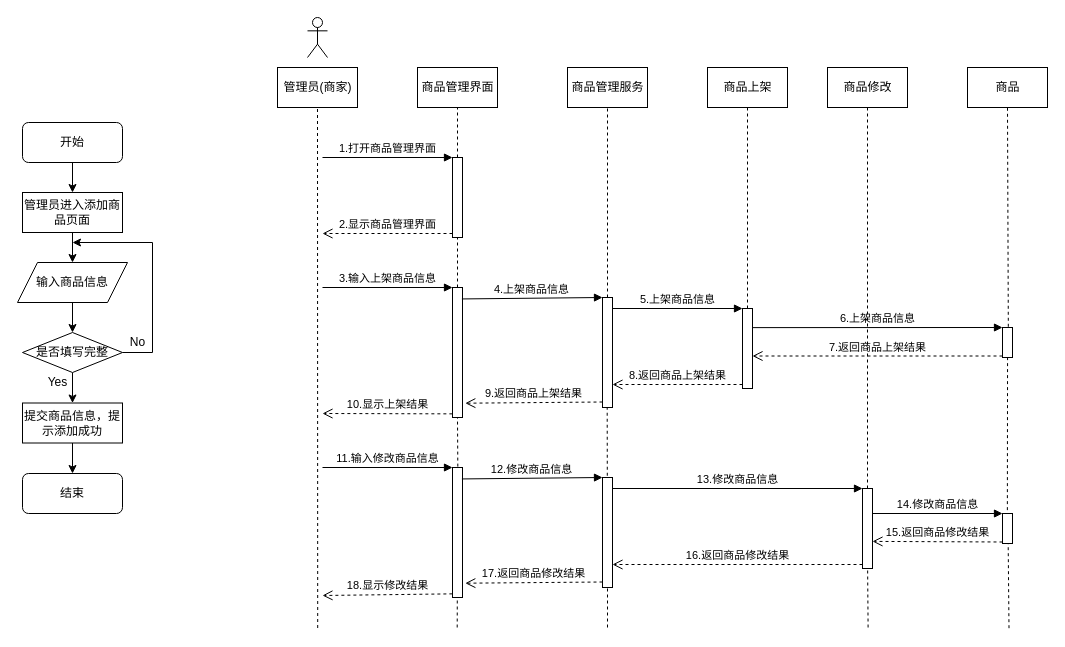
Earlier version of the draw.io diagram page "商品管理时序图" (11 of 25) of Untitled Diagram.drawio (hongkingking/hkk). Source tidied: cells renumbered, new cells numbered last; positions are measured from the earlier drawing's top-left corner, leaving out a move shared by most shapes. Both pictures are drawn from the tidied source at 100%, with x=0, y=0 at pixel (17, 17).
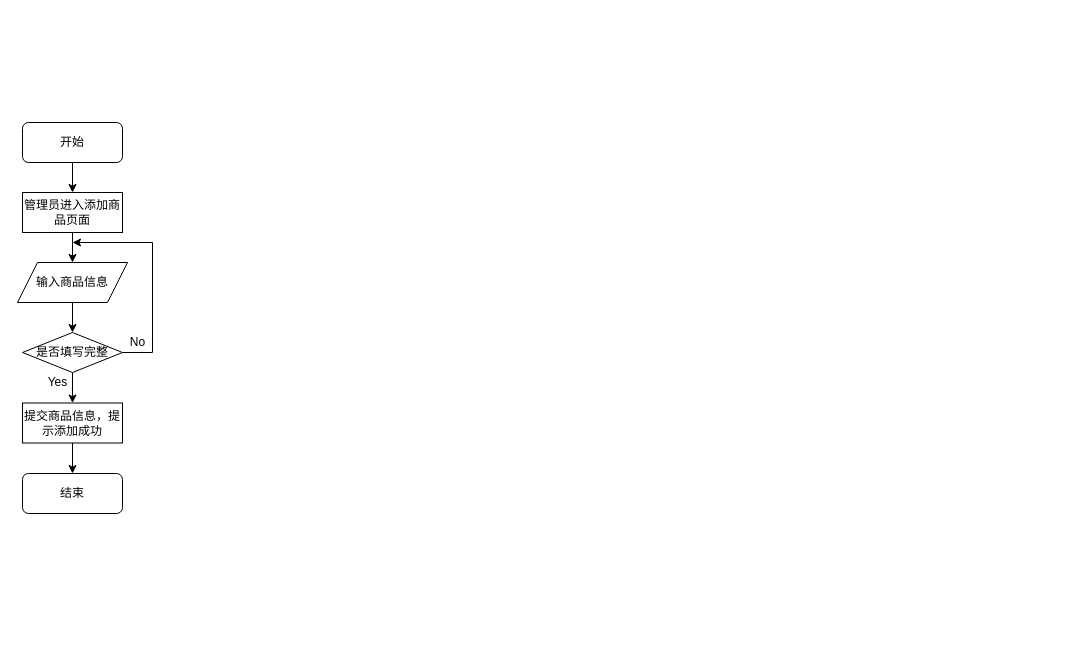
Above is the later version.

Change to the diagram source:
```diff
@@
-    <mxCell id="2" value="商品管理界面" style="html=1;strokeWidth=1;" parent="1" vertex="1">
-      <mxGeometry x="400" y="50" width="80" height="40" as="geometry" />
-    </mxCell>
-    <mxCell id="3" value="商品管理服务" style="html=1;strokeWidth=1;" parent="1" vertex="1">
-      <mxGeometry x="550" y="50" width="80" height="40" as="geometry" />
-    </mxCell>
-    <mxCell id="4" value="商品上架" style="html=1;strokeWidth=1;" parent="1" vertex="1">
-      <mxGeometry x="690" y="50" width="80" height="40" as="geometry" />
-    </mxCell>
-    <mxCell id="5" value="商品修改" style="html=1;strokeWidth=1;" parent="1" vertex="1">
-      <mxGeometry x="810" y="50" width="80" height="40" as="geometry" />
-    </mxCell>
-    <mxCell id="6" value="商品" style="html=1;strokeWidth=1;" parent="1" vertex="1">
-      <mxGeometry x="950" y="50" width="80" height="40" as="geometry" />
-    </mxCell>
-    <mxCell id="7" style="html=1;points=[];perimeter=orthogonalPerimeter;strokeWidth=1;" parent="1" vertex="1">
-      <mxGeometry x="435" y="140" width="10" height="80" as="geometry" />
-    </mxCell>
-    <mxCell id="8" value="1.打开商品管理界面" style="html=1;verticalAlign=bottom;endArrow=block;entryX=0;entryY=0;rounded=0;" parent="1" edge="1" target="7">
-      <mxGeometry relative="1" as="geometry">
-        <mxPoint x="305" y="140" as="sourcePoint" />
-      </mxGeometry>
-    </mxCell>
-    <mxCell id="9" value="2.显示商品管理界面" style="html=1;verticalAlign=bottom;endArrow=open;dashed=1;endSize=8;exitX=0;exitY=0.95;rounded=0;" parent="1" edge="1" source="7">
-      <mxGeometry relative="1" as="geometry">
-        <mxPoint x="305" y="216" as="targetPoint" />
-      </mxGeometry>
-    </mxCell>
-    <mxCell id="10" style="html=1;points=[];perimeter=orthogonalPerimeter;strokeWidth=1;" parent="1" vertex="1">
-      <mxGeometry x="435" y="270" width="10" height="130" as="geometry" />
-    </mxCell>
-    <mxCell id="11" value="3.输入上架商品信息" style="html=1;verticalAlign=bottom;endArrow=block;entryX=0;entryY=0;rounded=0;" parent="1" edge="1" target="10">
-      <mxGeometry relative="1" as="geometry">
-        <mxPoint x="305" y="270" as="sourcePoint" />
-      </mxGeometry>
-    </mxCell>
-    <mxCell id="12" value="10.显示上架结果" style="html=1;verticalAlign=bottom;endArrow=open;dashed=1;endSize=8;exitX=-0.013;exitY=0.972;rounded=0;exitDx=0;exitDy=0;exitPerimeter=0;" parent="1" edge="1" source="10">
-      <mxGeometry relative="1" as="geometry">
-        <mxPoint x="305" y="396" as="targetPoint" />
-      </mxGeometry>
-    </mxCell>
-    <mxCell id="13" style="html=1;points=[];perimeter=orthogonalPerimeter;strokeWidth=1;" parent="1" vertex="1">
-      <mxGeometry x="585" y="280" width="10" height="110" as="geometry" />
-    </mxCell>
-    <mxCell id="14" value="4.上架商品信息" style="html=1;verticalAlign=bottom;endArrow=block;entryX=0;entryY=0;rounded=0;exitX=0.94;exitY=0.088;exitDx=0;exitDy=0;exitPerimeter=0;" parent="1" edge="1" source="10" target="13">
-      <mxGeometry relative="1" as="geometry" />
-    </mxCell>
-    <mxCell id="15" value="9.返回商品上架结果" style="html=1;verticalAlign=bottom;endArrow=open;dashed=1;endSize=8;exitX=0;exitY=0.95;rounded=0;entryX=1.28;entryY=0.89;entryDx=0;entryDy=0;entryPerimeter=0;" parent="1" edge="1" source="13" target="10">
-      <mxGeometry relative="1" as="geometry" />
-    </mxCell>
-    <mxCell id="16" style="html=1;points=[];perimeter=orthogonalPerimeter;strokeWidth=1;" parent="1" vertex="1">
-      <mxGeometry x="725" y="291" width="10" height="80" as="geometry" />
-    </mxCell>
-    <mxCell id="17" value="5.上架商品信息" style="html=1;verticalAlign=bottom;endArrow=block;entryX=0;entryY=0;rounded=0;" parent="1" edge="1" target="16">
-      <mxGeometry relative="1" as="geometry">
-        <mxPoint x="595" y="291" as="sourcePoint" />
-      </mxGeometry>
-    </mxCell>
-    <mxCell id="18" value="8.返回商品上架结果" style="html=1;verticalAlign=bottom;endArrow=open;dashed=1;endSize=8;exitX=0;exitY=0.95;rounded=0;" parent="1" edge="1" source="16">
-      <mxGeometry relative="1" as="geometry">
-        <mxPoint x="595" y="367" as="targetPoint" />
-      </mxGeometry>
-    </mxCell>
-    <mxCell id="19" style="html=1;points=[];perimeter=orthogonalPerimeter;strokeWidth=1;" parent="1" vertex="1">
-      <mxGeometry x="985" y="496" width="10" height="30" as="geometry" />
-    </mxCell>
-    <mxCell id="20" value="14.修改商品信息" style="html=1;verticalAlign=bottom;endArrow=block;entryX=0;entryY=0;rounded=0;" parent="1" edge="1" target="19">
-      <mxGeometry relative="1" as="geometry">
-        <mxPoint x="855" y="496" as="sourcePoint" />
-      </mxGeometry>
-    </mxCell>
-    <mxCell id="21" value="15.返回商品修改结果" style="html=1;verticalAlign=bottom;endArrow=open;dashed=1;endSize=8;exitX=0;exitY=0.95;rounded=0;entryX=0.996;entryY=0.449;entryDx=0;entryDy=0;entryPerimeter=0;" parent="1" edge="1" source="19">
-      <mxGeometry relative="1" as="geometry">
-        <mxPoint x="855" y="523.9" as="targetPoint" />
-      </mxGeometry>
-    </mxCell>
-    <mxCell id="22" style="html=1;points=[];perimeter=orthogonalPerimeter;strokeWidth=1;" parent="1" vertex="1">
-      <mxGeometry x="435" y="450" width="10" height="130" as="geometry" />
-    </mxCell>
-    <mxCell id="23" value="11.输入修改商品信息" style="html=1;verticalAlign=bottom;endArrow=block;entryX=0;entryY=0;rounded=0;" parent="1" edge="1" target="22">
-      <mxGeometry relative="1" as="geometry">
-        <mxPoint x="305" y="450" as="sourcePoint" />
-      </mxGeometry>
-    </mxCell>
-    <mxCell id="24" value="18.显示修改结果" style="html=1;verticalAlign=bottom;endArrow=open;dashed=1;endSize=8;exitX=-0.013;exitY=0.972;rounded=0;exitDx=0;exitDy=0;exitPerimeter=0;" parent="1" edge="1" source="22">
-      <mxGeometry relative="1" as="geometry">
-        <mxPoint x="305" y="578" as="targetPoint" />
-      </mxGeometry>
-    </mxCell>
-    <mxCell id="25" style="html=1;points=[];perimeter=orthogonalPerimeter;strokeWidth=1;" parent="1" vertex="1">
-      <mxGeometry x="585" y="460" width="10" height="110" as="geometry" />
-    </mxCell>
-    <mxCell id="26" value="12.修改商品信息" style="html=1;verticalAlign=bottom;endArrow=block;entryX=0;entryY=0;rounded=0;exitX=0.94;exitY=0.088;exitDx=0;exitDy=0;exitPerimeter=0;" parent="1" edge="1" source="22" target="25">
-      <mxGeometry relative="1" as="geometry" />
-    </mxCell>
-    <mxCell id="27" value="17.返回商品修改结果" style="html=1;verticalAlign=bottom;endArrow=open;dashed=1;endSize=8;exitX=0;exitY=0.95;rounded=0;entryX=1.28;entryY=0.89;entryDx=0;entryDy=0;entryPerimeter=0;" parent="1" edge="1" source="25" target="22">
-      <mxGeometry relative="1" as="geometry" />
-    </mxCell>
-    <mxCell id="28" style="html=1;points=[];perimeter=orthogonalPerimeter;strokeWidth=1;" parent="1" vertex="1">
-      <mxGeometry x="845" y="471" width="10" height="80" as="geometry" />
-    </mxCell>
-    <mxCell id="29" value="13.修改商品信息" style="html=1;verticalAlign=bottom;endArrow=block;entryX=0;entryY=0;rounded=0;" parent="1" edge="1" target="28">
-      <mxGeometry relative="1" as="geometry">
-        <mxPoint x="595" y="471" as="sourcePoint" />
-      </mxGeometry>
-    </mxCell>
-    <mxCell id="30" value="16.返回商品修改结果" style="html=1;verticalAlign=bottom;endArrow=open;dashed=1;endSize=8;exitX=0;exitY=0.95;rounded=0;" parent="1" edge="1" source="28">
-      <mxGeometry relative="1" as="geometry">
-        <mxPoint x="595" y="547" as="targetPoint" />
-      </mxGeometry>
-    </mxCell>
-    <mxCell id="31" style="html=1;points=[];perimeter=orthogonalPerimeter;strokeWidth=1;" parent="1" vertex="1">
-      <mxGeometry x="985" y="310" width="10" height="30" as="geometry" />
-    </mxCell>
-    <mxCell id="32" value="6.上架商品信息" style="html=1;verticalAlign=bottom;endArrow=block;entryX=0;entryY=0;rounded=0;exitX=0.974;exitY=0.239;exitDx=0;exitDy=0;exitPerimeter=0;" parent="1" edge="1" source="16" target="31">
-      <mxGeometry relative="1" as="geometry" />
-    </mxCell>
-    <mxCell id="33" value="7.返回商品上架结果" style="html=1;verticalAlign=bottom;endArrow=open;dashed=1;endSize=8;exitX=0;exitY=0.95;rounded=0;" parent="1" edge="1" source="31" target="16">
-      <mxGeometry relative="1" as="geometry" />
-    </mxCell>
-    <mxCell id="34" style="endArrow=none;dashed=1;html=1;rounded=0;entryX=0.5;entryY=1;entryDx=0;entryDy=0;" parent="1" edge="1" source="7" target="2">
-      <mxGeometry relative="1" as="geometry" />
-    </mxCell>
-    <mxCell id="35" style="endArrow=none;dashed=1;html=1;rounded=0;entryX=0.5;entryY=1;entryDx=0;entryDy=0;" parent="1" edge="1" source="13" target="3">
-      <mxGeometry relative="1" as="geometry" />
-    </mxCell>
-    <mxCell id="36" style="endArrow=none;dashed=1;html=1;rounded=0;entryX=0.5;entryY=1;entryDx=0;entryDy=0;" parent="1" edge="1" source="16" target="4">
-      <mxGeometry relative="1" as="geometry" />
-    </mxCell>
-    <mxCell id="37" style="endArrow=none;dashed=1;html=1;rounded=0;entryX=0.5;entryY=1;entryDx=0;entryDy=0;" parent="1" edge="1" source="28" target="5">
-      <mxGeometry relative="1" as="geometry" />
-    </mxCell>
-    <mxCell id="38" style="endArrow=none;dashed=1;html=1;rounded=0;entryX=0.5;entryY=1;entryDx=0;entryDy=0;exitX=0.582;exitY=-0.024;exitDx=0;exitDy=0;exitPerimeter=0;" parent="1" edge="1" source="31" target="6">
-      <mxGeometry relative="1" as="geometry" />
-    </mxCell>
-    <mxCell id="39" style="endArrow=none;dashed=1;html=1;rounded=0;" parent="1" edge="1">
-      <mxGeometry relative="1" as="geometry">
-        <mxPoint x="440" y="270" as="sourcePoint" />
-        <mxPoint x="440" y="220" as="targetPoint" />
-      </mxGeometry>
-    </mxCell>
-    <mxCell id="40" style="endArrow=none;dashed=1;html=1;rounded=0;exitX=0.532;exitY=-0.007;exitDx=0;exitDy=0;exitPerimeter=0;" parent="1" edge="1" source="22">
-      <mxGeometry relative="1" as="geometry">
-        <mxPoint x="440" y="400" as="targetPoint" />
-      </mxGeometry>
-    </mxCell>
-    <mxCell id="41" style="endArrow=none;dashed=1;html=1;rounded=0;exitX=0.205;exitY=0.5;exitDx=0;exitDy=0;exitPerimeter=0;" parent="1" edge="1">
-      <mxGeometry relative="1" as="geometry">
-        <mxPoint x="439.7" y="610" as="sourcePoint" />
-        <mxPoint x="439.8" y="580" as="targetPoint" />
-      </mxGeometry>
-    </mxCell>
-    <mxCell id="42" style="endArrow=none;dashed=1;html=1;rounded=0;entryX=0.5;entryY=1.001;entryDx=0;entryDy=0;entryPerimeter=0;exitX=0.411;exitY=0.503;exitDx=0;exitDy=0;exitPerimeter=0;" parent="1" edge="1" target="25">
-      <mxGeometry relative="1" as="geometry">
-        <mxPoint x="590" y="610" as="sourcePoint" />
-      </mxGeometry>
-    </mxCell>
-    <mxCell id="43" style="endArrow=none;dashed=1;html=1;rounded=0;exitX=0.48;exitY=-0.016;exitDx=0;exitDy=0;exitPerimeter=0;entryX=0.469;entryY=1.004;entryDx=0;entryDy=0;entryPerimeter=0;" parent="1" edge="1" source="25" target="13">
-      <mxGeometry relative="1" as="geometry" />
-    </mxCell>
-    <mxCell id="44" style="endArrow=none;dashed=1;html=1;rounded=0;entryX=0.513;entryY=1.008;entryDx=0;entryDy=0;entryPerimeter=0;exitX=0.768;exitY=0.503;exitDx=0;exitDy=0;exitPerimeter=0;" parent="1" edge="1" target="28">
-      <mxGeometry relative="1" as="geometry">
-        <mxPoint x="850.6" y="610" as="sourcePoint" />
-      </mxGeometry>
-    </mxCell>
-    <mxCell id="45" style="endArrow=none;dashed=1;html=1;rounded=0;entryX=0.568;entryY=0.989;entryDx=0;entryDy=0;entryPerimeter=0;exitX=0.961;exitY=0.591;exitDx=0;exitDy=0;exitPerimeter=0;" parent="1" edge="1" target="19">
-      <mxGeometry relative="1" as="geometry">
-        <mxPoint x="991.5" y="610.7" as="sourcePoint" />
-      </mxGeometry>
-    </mxCell>
-    <mxCell id="46" style="endArrow=none;dashed=1;html=1;rounded=0;entryX=0.486;entryY=-0.017;entryDx=0;entryDy=0;exitX=0.506;exitY=0.988;exitDx=0;exitDy=0;exitPerimeter=0;entryPerimeter=0;" parent="1" edge="1" source="31" target="19">
-      <mxGeometry relative="1" as="geometry" />
-    </mxCell>
-    <mxCell id="47" value="管理员(商家)" style="html=1;strokeWidth=1;" parent="1" vertex="1">
-      <mxGeometry x="260" y="50" width="80" height="40" as="geometry" />
-    </mxCell>
-    <mxCell id="48" style="endArrow=none;dashed=1;html=1;rounded=0;entryX=0.5;entryY=1;entryDx=0;entryDy=0;exitX=0.014;exitY=0.567;exitDx=0;exitDy=0;exitPerimeter=0;" parent="1" edge="1" target="47">
-      <mxGeometry relative="1" as="geometry">
-        <mxPoint x="300.2" y="610.5" as="sourcePoint" />
-      </mxGeometry>
-    </mxCell>
-    <mxCell id="49" style="shape=umlActor;verticalLabelPosition=bottom;verticalAlign=top;html=1;" parent="1" vertex="1">
-      <mxGeometry x="290" width="20" height="40" as="geometry" />
-    </mxCell>
```
